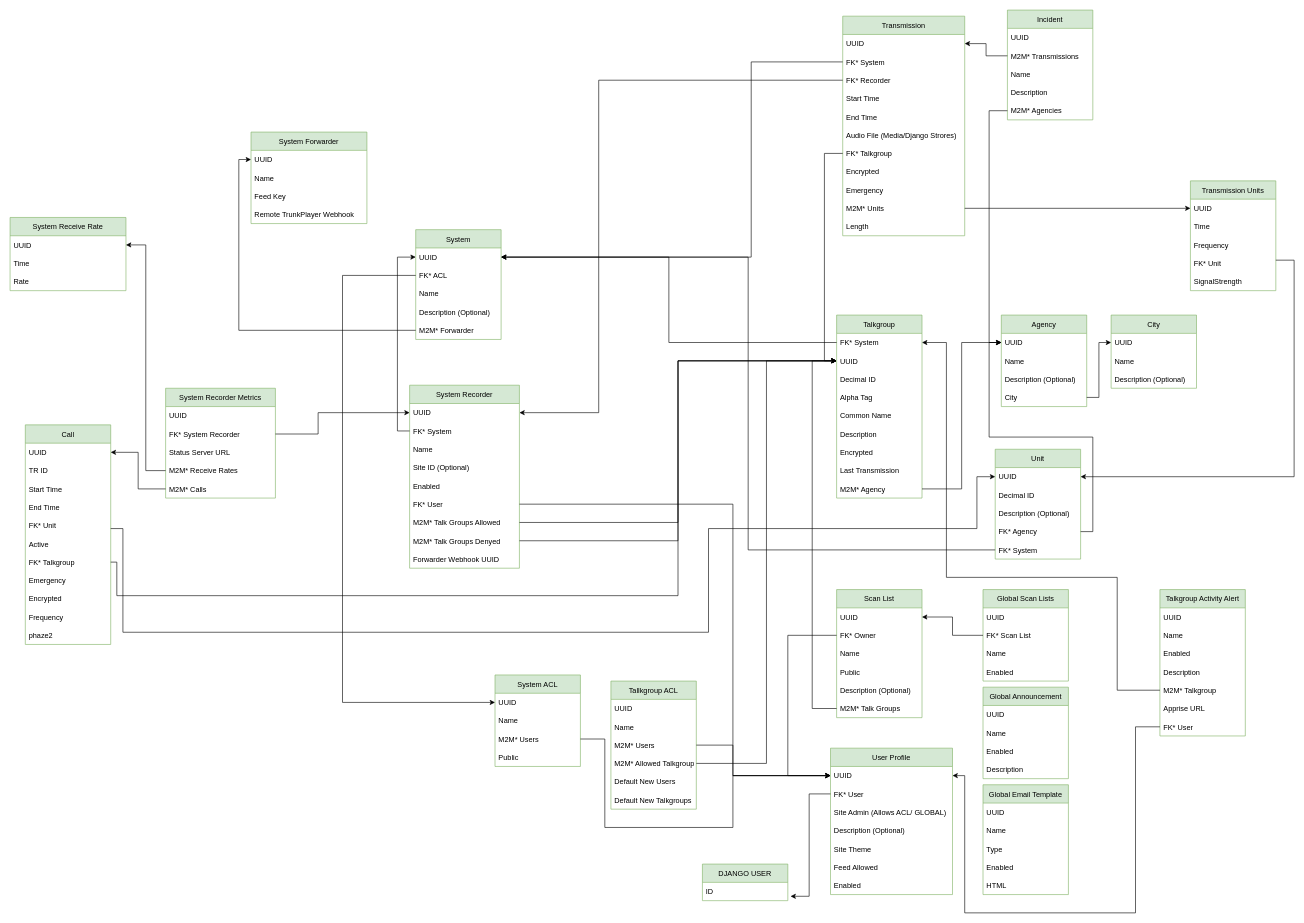
Above: TrunkPlayerNG-DB.drawio in Trunk-Player/Trunk-PlayerNG-Backend (draw.io), before the change. Source tidied: cells renumbered, new cells numbered last; positions are measured from the earlier drawing's top-left corner, leaving out a move shared by most shapes. Both pictures are drawn from the tidied source at 61%, with x=0, y=0 at pixel (10, 10).
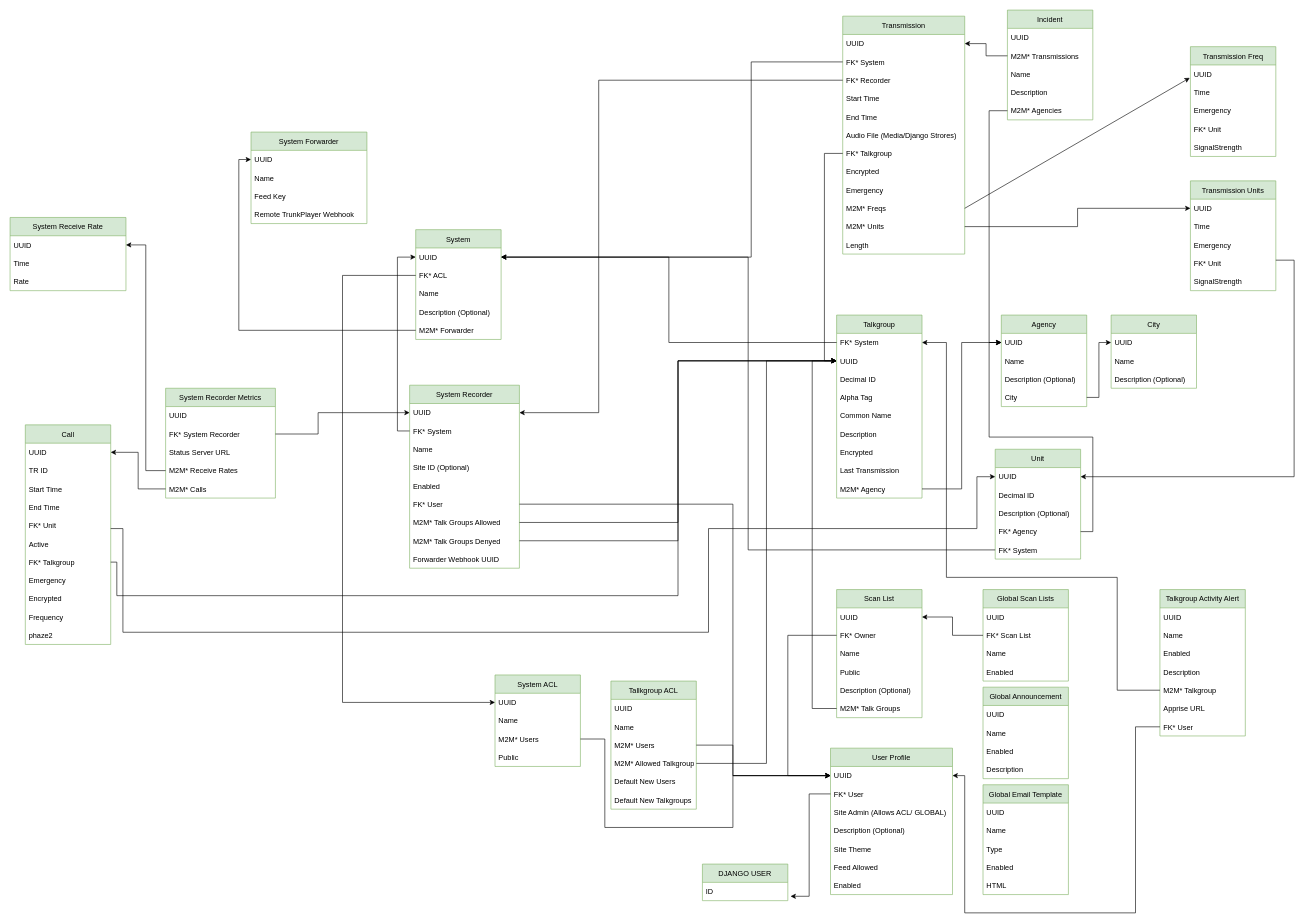
After the change.

Unchanged cells that the change refers to:
```xml
<mxCell id="171" value="Transmission Units" style="swimlane;fontStyle=0;horizontal=1;startSize=30;fillColor=#d5e8d4;strokeColor=#82b366;" parent="1" vertex="1">
  <mxGeometry x="1935" y="280" width="140" height="180" as="geometry" />
</mxCell>
```

Change to the diagram source:
```diff
@@
     <mxCell id="50" value="Transmission" style="swimlane;fontStyle=0;horizontal=1;startSize=30;fillColor=#d5e8d4;strokeColor=#82b366;" parent="1" vertex="1">
-      <mxGeometry x="1365" y="10" width="200" height="360" as="geometry" />
+      <mxGeometry x="1365" y="10" width="200" height="390" as="geometry" />
     </mxCell>
@@
+    <mxCell id="179" value="M2M* Freqs" style="text;strokeColor=none;fillColor=none;align=left;verticalAlign=middle;spacingLeft=4;spacingRight=4;overflow=hidden;points=[[0,0.5],[1,0.5]];portConstraint=eastwest;" parent="50" vertex="1">
+      <mxGeometry y="300" width="200" height="30" as="geometry" />
+    </mxCell>
     <mxCell id="60" value="M2M* Units" style="text;strokeColor=none;fillColor=none;align=left;verticalAlign=middle;spacingLeft=4;spacingRight=4;overflow=hidden;points=[[0,0.5],[1,0.5]];portConstraint=eastwest;" parent="50" vertex="1">
-      <mxGeometry y="300" width="200" height="30" as="geometry" />
+      <mxGeometry y="330" width="200" height="30" as="geometry" />
     </mxCell>
     <mxCell id="61" value="Length" style="text;strokeColor=none;fillColor=none;align=left;verticalAlign=middle;spacingLeft=4;spacingRight=4;overflow=hidden;" parent="50" vertex="1">
-      <mxGeometry y="330" width="200" height="30" as="geometry" />
+      <mxGeometry y="360" width="200" height="30" as="geometry" />
     </mxCell>
@@
-    <mxCell id="174" value="Frequency" style="text;strokeColor=none;fillColor=none;align=left;verticalAlign=middle;spacingLeft=4;spacingRight=4;overflow=hidden;" parent="171" vertex="1">
+    <mxCell id="174" value="Emergency" style="text;strokeColor=none;fillColor=none;align=left;verticalAlign=middle;spacingLeft=4;spacingRight=4;overflow=hidden;" parent="171" vertex="1">
       <mxGeometry y="90" width="140" height="30" as="geometry" />
     </mxCell>
@@
+    <mxCell id="180" value="Transmission Freq" style="swimlane;fontStyle=0;horizontal=1;startSize=30;fillColor=#d5e8d4;strokeColor=#82b366;" parent="1" vertex="1">
+      <mxGeometry x="1935" y="60" width="140" height="180" as="geometry" />
+    </mxCell>
+    <mxCell id="181" value="UUID" style="text;strokeColor=none;fillColor=none;align=left;verticalAlign=middle;spacingLeft=4;spacingRight=4;overflow=hidden;points=[[0,0.5],[1,0.5]];portConstraint=eastwest;" parent="180" vertex="1">
+      <mxGeometry y="30" width="140" height="30" as="geometry" />
+    </mxCell>
+    <mxCell id="182" value="Time" style="text;strokeColor=none;fillColor=none;align=left;verticalAlign=middle;spacingLeft=4;spacingRight=4;overflow=hidden;" parent="180" vertex="1">
+      <mxGeometry y="60" width="140" height="30" as="geometry" />
+    </mxCell>
+    <mxCell id="183" value="Emergency" style="text;strokeColor=none;fillColor=none;align=left;verticalAlign=middle;spacingLeft=4;spacingRight=4;overflow=hidden;" parent="180" vertex="1">
+      <mxGeometry y="90" width="140" height="30" as="geometry" />
+    </mxCell>
+    <mxCell id="184" value="FK* Unit" style="text;strokeColor=none;fillColor=none;align=left;verticalAlign=middle;spacingLeft=4;spacingRight=4;overflow=hidden;" parent="180" vertex="1">
+      <mxGeometry y="120" width="140" height="30" as="geometry" />
+    </mxCell>
+    <mxCell id="185" value="SignalStrength" style="text;strokeColor=none;fillColor=none;align=left;verticalAlign=middle;spacingLeft=4;spacingRight=4;overflow=hidden;" parent="180" vertex="1">
+      <mxGeometry y="150" width="140" height="30" as="geometry" />
+    </mxCell>
+    <mxCell id="186" style="edgeStyle=none;html=1;exitX=1;exitY=0.5;exitDx=0;exitDy=0;entryX=-0.008;entryY=0.706;entryDx=0;entryDy=0;entryPerimeter=0;" parent="1" edge="1" source="179" target="181">
+      <mxGeometry relative="1" as="geometry" />
+    </mxCell>
```
